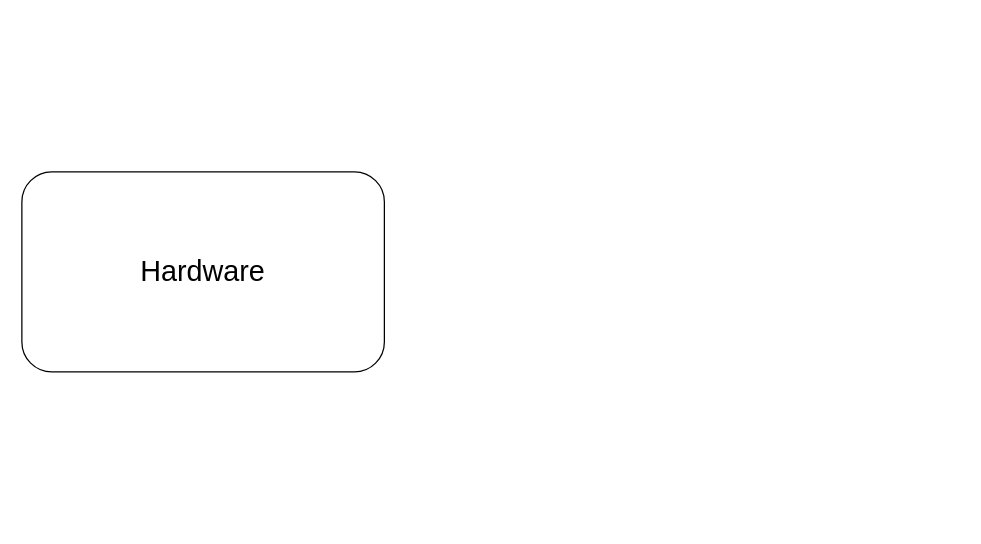
Jev0987/drawioFile keeps this draw.io diagram as rgbd固件升级逻辑.drawio. Above is the earlier version. Source tidied: cells renumbered, new cells numbered last; positions are measured from the earlier drawing's top-left corner, leaving out a move shared by most shapes. Both pictures are drawn from the tidied source at 125%, with x=0, y=0 at pixel (21, 171).
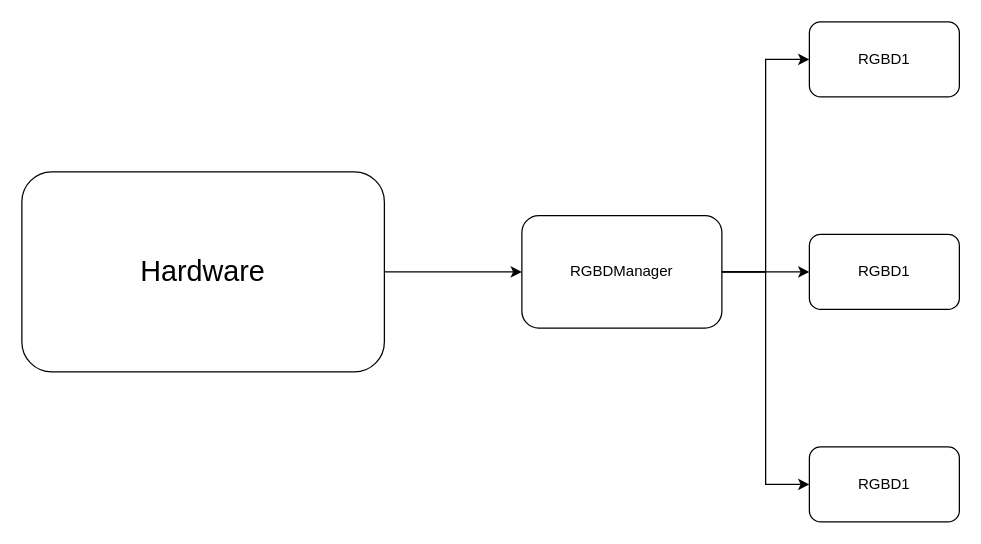
The same page after the edit.

Commit message (it also covers changes not shown here):
更新rgbd固件升级逻辑.drawio

The edit, as a diff of the source:
```diff
@@
 <mxGraphModel>
   <root>
     <mxCell id="0" />
     <mxCell id="1" parent="0" />
+    <mxCell id="3" style="edgeStyle=orthogonalEdgeStyle;rounded=0;jettySize=auto;html=1;" parent="1" edge="1" source="2" target="6">
+      <mxGeometry relative="1" as="geometry" />
+    </mxCell>
     <mxCell id="2" value="&lt;font style=&quot;font-size: 23px;&quot;&gt;Hardware&lt;/font&gt;" style="rounded=1;whiteSpace=wrap;html=1;" parent="1" vertex="1">
       <mxGeometry width="290" height="160" as="geometry" />
     </mxCell>
+    <mxCell id="4" style="edgeStyle=orthogonalEdgeStyle;rounded=0;jettySize=auto;html=1;entryX=0;entryY=0.5;entryDx=0;entryDy=0;" parent="1" edge="1" source="6" target="7">
+      <mxGeometry relative="1" as="geometry" />
+    </mxCell>
+    <mxCell id="5" style="edgeStyle=orthogonalEdgeStyle;rounded=0;jettySize=auto;html=1;exitX=1;exitY=0.5;exitDx=0;exitDy=0;entryX=0;entryY=0.5;entryDx=0;entryDy=0;" parent="1" edge="1" source="6" target="8">
+      <mxGeometry relative="1" as="geometry" />
+    </mxCell>
+    <mxCell id="6" value="RGBDManager" style="rounded=1;whiteSpace=wrap;html=1;" parent="1" vertex="1">
+      <mxGeometry x="400" y="35" width="160" height="90" as="geometry" />
+    </mxCell>
+    <mxCell id="7" value="RGBD1" style="whiteSpace=wrap;html=1;rounded=1;" parent="1" vertex="1">
+      <mxGeometry x="630" y="-120" width="120" height="60" as="geometry" />
+    </mxCell>
+    <mxCell id="8" value="RGBD1" style="whiteSpace=wrap;html=1;rounded=1;" parent="1" vertex="1">
+      <mxGeometry x="630" y="50" width="120" height="60" as="geometry" />
+    </mxCell>
+    <mxCell id="9" value="RGBD1" style="whiteSpace=wrap;html=1;rounded=1;" parent="1" vertex="1">
+      <mxGeometry x="630" y="220" width="120" height="60" as="geometry" />
+    </mxCell>
+    <mxCell id="10" style="edgeStyle=orthogonalEdgeStyle;rounded=0;jettySize=auto;html=1;exitX=1;exitY=0.5;exitDx=0;exitDy=0;entryX=0;entryY=0.5;entryDx=0;entryDy=0;" parent="1" edge="1" source="6" target="9">
+      <mxGeometry relative="1" as="geometry" />
+    </mxCell>
   </root>
 </mxGraphModel>
```
